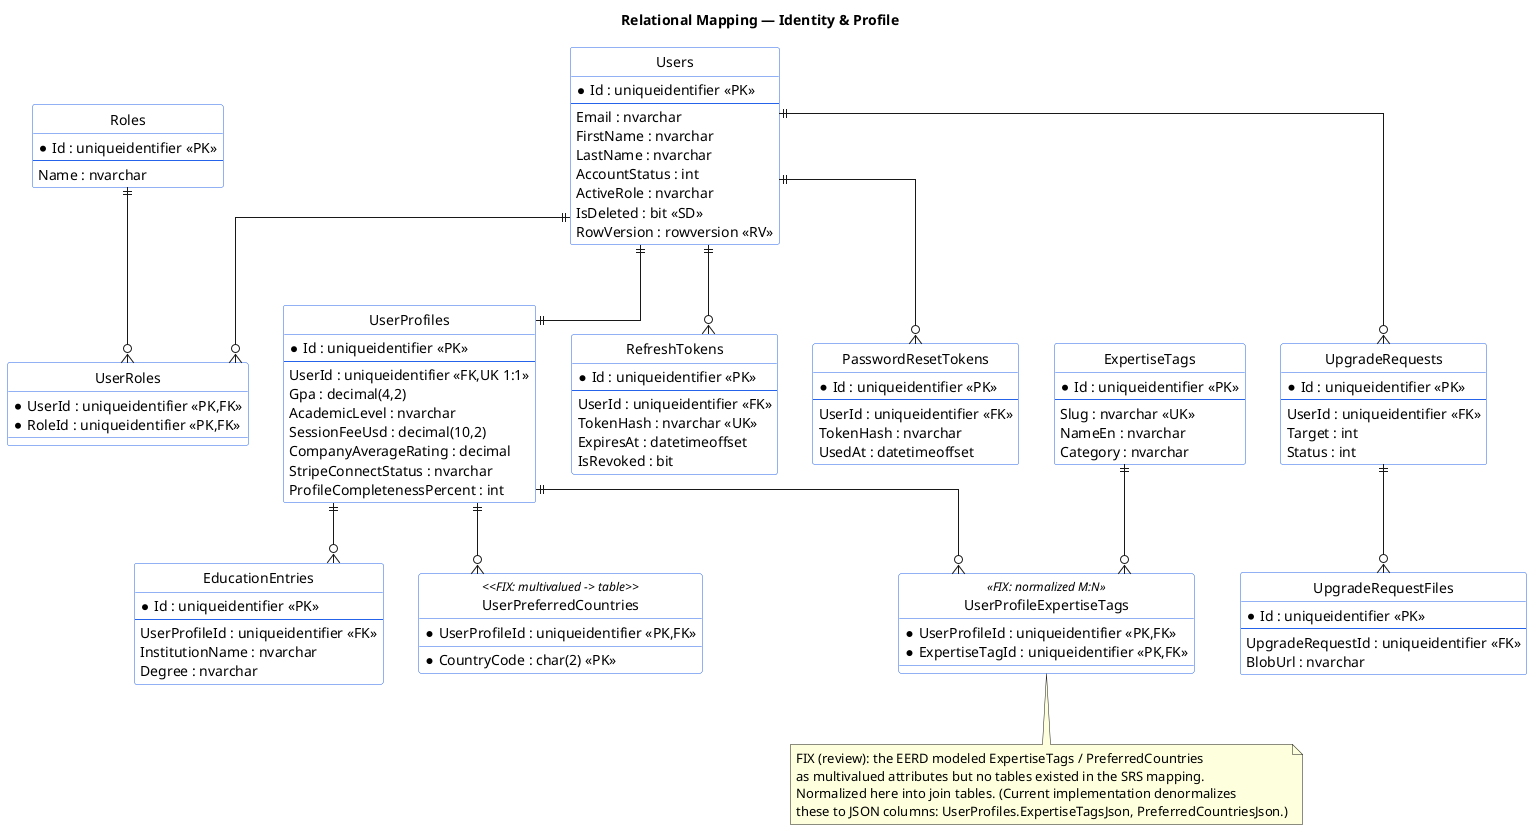
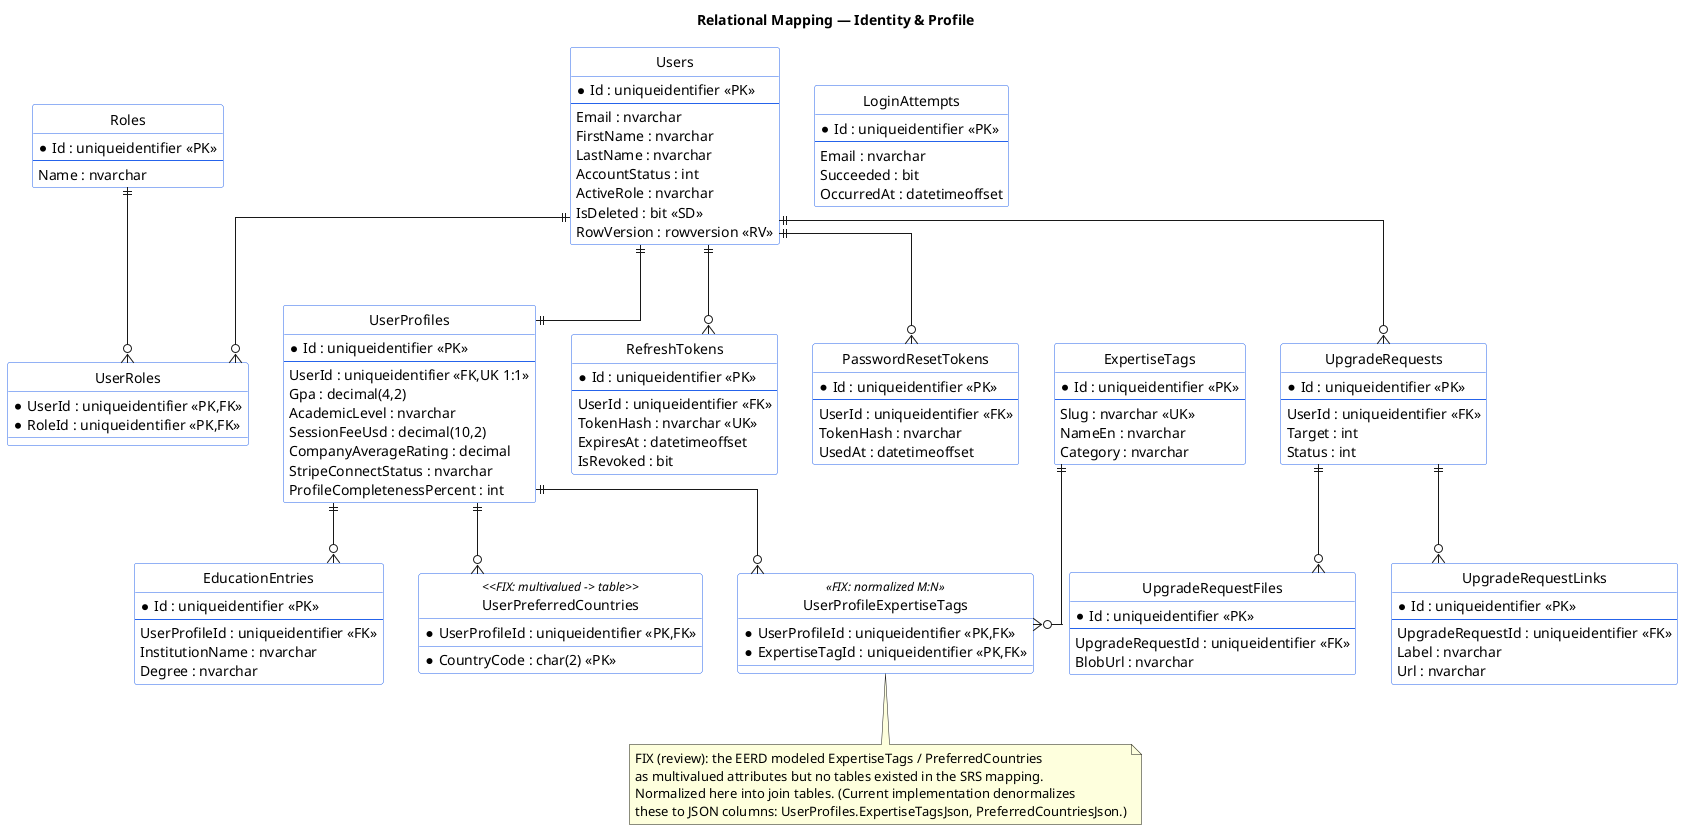
@startuml mapping-01-identity-profile
title Relational Mapping — Identity & Profile

skinparam linetype ortho
hide circle
skinparam class {
  BackgroundColor White
  BorderColor #2563eb
}

entity "Users" as users {
  *Id : uniqueidentifier <<PK>>
  --
  Email : nvarchar
  FirstName : nvarchar
  LastName : nvarchar
  AccountStatus : int
  ActiveRole : nvarchar
  IsDeleted : bit <<SD>>
  RowVersion : rowversion <<RV>>
}

entity "Roles" as roles {
  *Id : uniqueidentifier <<PK>>
  --
  Name : nvarchar
}

entity "UserRoles" as userroles {
  *UserId : uniqueidentifier <<PK,FK>>
  *RoleId : uniqueidentifier <<PK,FK>>
}

entity "UserProfiles" as profiles {
  *Id : uniqueidentifier <<PK>>
  --
  UserId : uniqueidentifier <<FK,UK 1:1>>
  Gpa : decimal(4,2)
  AcademicLevel : nvarchar
  SessionFeeUsd : decimal(10,2)
  CompanyAverageRating : decimal
  StripeConnectStatus : nvarchar
  ProfileCompletenessPercent : int
}

entity "EducationEntries" as edu {
  *Id : uniqueidentifier <<PK>>
  --
  UserProfileId : uniqueidentifier <<FK>>
  InstitutionName : nvarchar
  Degree : nvarchar
}

entity "ExpertiseTags" as tags {
  *Id : uniqueidentifier <<PK>>
  --
  Slug : nvarchar <<UK>>
  NameEn : nvarchar
  Category : nvarchar
}

entity "UserProfileExpertiseTags" as profiletags <<FIX: normalized M:N>> {
  *UserProfileId : uniqueidentifier <<PK,FK>>
  *ExpertiseTagId : uniqueidentifier <<PK,FK>>
}

entity "UserPreferredCountries" as countries <<FIX: multivalued -> table>> {
  *UserProfileId : uniqueidentifier <<PK,FK>>
  *CountryCode : char(2) <<PK>>
}

entity "RefreshTokens" as rt {
  *Id : uniqueidentifier <<PK>>
  --
  UserId : uniqueidentifier <<FK>>
  TokenHash : nvarchar <<UK>>
  ExpiresAt : datetimeoffset
  IsRevoked : bit
}

entity "PasswordResetTokens" as prt {
  *Id : uniqueidentifier <<PK>>
  --
  UserId : uniqueidentifier <<FK>>
  TokenHash : nvarchar
  UsedAt : datetimeoffset
}

entity "UpgradeRequests" as upg {
  *Id : uniqueidentifier <<PK>>
  --
  UserId : uniqueidentifier <<FK>>
  Target : int
  Status : int
}

entity "UpgradeRequestFiles" as upgf {
  *Id : uniqueidentifier <<PK>>
  --
  UpgradeRequestId : uniqueidentifier <<FK>>
  BlobUrl : nvarchar
}

+ entity "UpgradeRequestLinks" as upgl {
+   *Id : uniqueidentifier <<PK>>
+   --
+   UpgradeRequestId : uniqueidentifier <<FK>>
+   Label : nvarchar
+   Url : nvarchar
+ }
+ 
+ entity "LoginAttempts" as la {
+   *Id : uniqueidentifier <<PK>>
+   --
+   Email : nvarchar
+   Succeeded : bit
+   OccurredAt : datetimeoffset
+   ' append-only; no FK to Users (keyed by Email)
+ }
+ 
users ||--o{ userroles
roles ||--o{ userroles
users ||--|| profiles
profiles ||--o{ edu
profiles ||--o{ profiletags
tags ||--o{ profiletags
profiles ||--o{ countries
users ||--o{ rt
users ||--o{ prt
users ||--o{ upg
upg ||--o{ upgf
+ upg ||--o{ upgl

note bottom of profiletags
  FIX (review): the EERD modeled ExpertiseTags / PreferredCountries
  as multivalued attributes but no tables existed in the SRS mapping.
  Normalized here into join tables. (Current implementation denormalizes
  these to JSON columns: UserProfiles.ExpertiseTagsJson, PreferredCountriesJson.)
end note
@enduml
